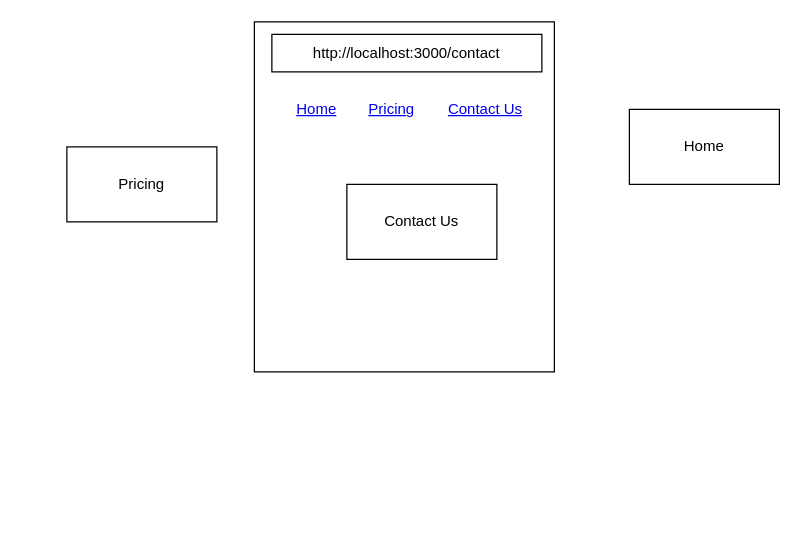
synergy2411/jun-24-react_v2 keeps this draw.io diagram as page "Page-6" (6 of 6) of material/diagrams.drawio. Above is the earlier version. Source tidied: cells renumbered, new cells numbered last; positions are measured from the earlier drawing's top-left corner, leaving out a move shared by most shapes. Both pictures are drawn from the tidied source at 125%, with x=0, y=0 at pixel (66, 21).
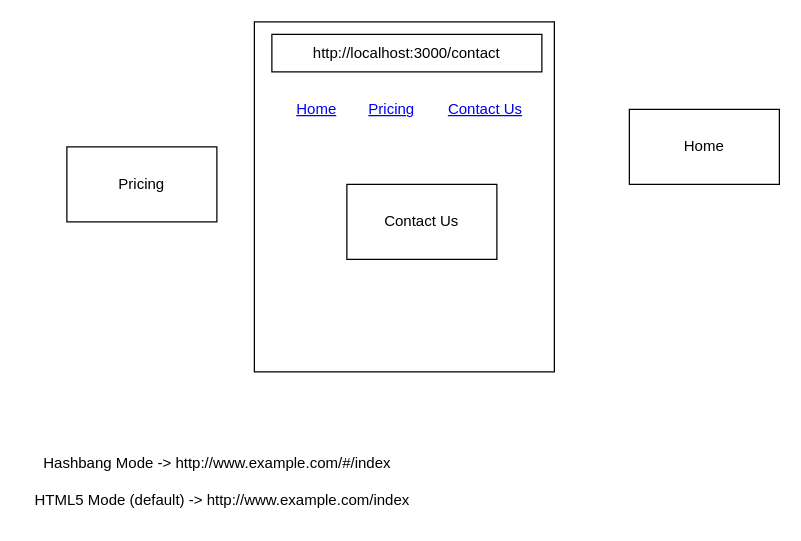
Above is the later version.

What changed in the source:
```diff
@@
 <mxGraphModel>
   <root>
     <mxCell id="0" />
     <mxCell id="1" parent="0" />
     <mxCell id="2" style="rounded=0;whiteSpace=wrap;html=1;" parent="1" vertex="1">
       <mxGeometry x="150" width="240" height="280" as="geometry" />
     </mxCell>
     <mxCell id="3" value="http://localhost:3000/contact" style="rounded=0;whiteSpace=wrap;html=1;" parent="1" vertex="1">
       <mxGeometry x="164" y="10" width="216" height="30" as="geometry" />
     </mxCell>
     <mxCell id="4" value="Home" style="text;html=1;strokeColor=none;fillColor=none;whiteSpace=wrap;align=center;verticalAlign=middle;fontColor=#0000EE;fontStyle=4;" parent="1" vertex="1">
       <mxGeometry x="170" y="50" width="60" height="40" as="geometry" />
     </mxCell>
     <mxCell id="5" value="Pricing" style="text;html=1;strokeColor=none;fillColor=none;whiteSpace=wrap;align=center;verticalAlign=middle;fontColor=#0000EE;fontStyle=4;" parent="1" vertex="1">
       <mxGeometry x="230" y="50" width="60" height="40" as="geometry" />
     </mxCell>
     <mxCell id="6" value="Contact Us" style="text;html=1;strokeColor=none;fillColor=none;whiteSpace=wrap;align=center;verticalAlign=middle;fontColor=#0000EE;fontStyle=4;" parent="1" vertex="1">
       <mxGeometry x="300" y="50" width="70" height="40" as="geometry" />
     </mxCell>
     <mxCell id="7" value="Home" style="rounded=0;whiteSpace=wrap;html=1;" parent="1" vertex="1">
       <mxGeometry x="450" y="70" width="120" height="60" as="geometry" />
     </mxCell>
     <mxCell id="8" value="Pricing" style="rounded=0;whiteSpace=wrap;html=1;" parent="1" vertex="1">
       <mxGeometry y="100" width="120" height="60" as="geometry" />
     </mxCell>
     <mxCell id="9" value="Contact Us" style="rounded=0;whiteSpace=wrap;html=1;" parent="1" vertex="1">
       <mxGeometry x="224" y="130" width="120" height="60" as="geometry" />
     </mxCell>
+    <mxCell id="10" value="Hashbang Mode -&amp;gt; http://www.example.com/#/index" style="text;html=1;align=center;verticalAlign=middle;strokeColor=none;fillColor=none;" parent="1" vertex="1">
+      <mxGeometry x="-30" y="338" width="300" height="30" as="geometry" />
+    </mxCell>
+    <mxCell id="11" value="HTML5 Mode (default) -&amp;gt; http://www.example.com/index" style="text;html=1;align=center;verticalAlign=middle;strokeColor=none;fillColor=none;" parent="1" vertex="1">
+      <mxGeometry x="-36" y="368" width="320" height="30" as="geometry" />
+    </mxCell>
   </root>
 </mxGraphModel>
```
